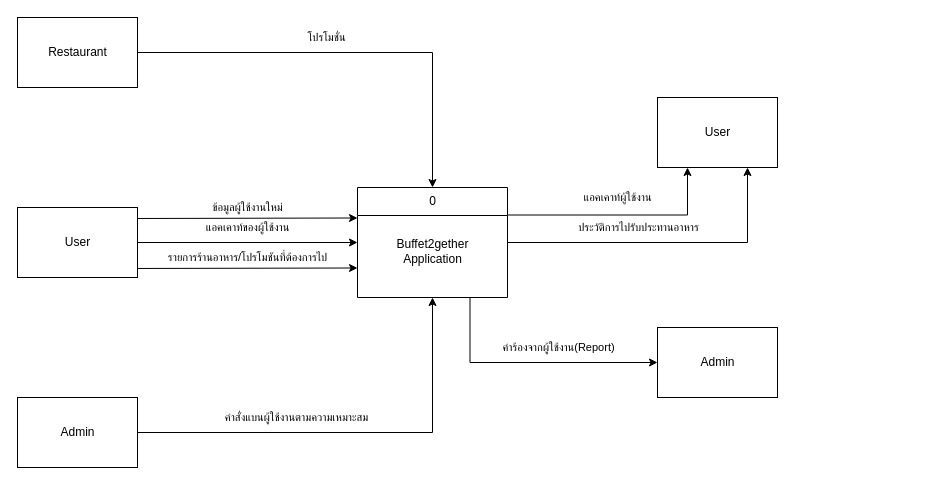
The draw.io diagram page "Page-1" (1 of 4) of Buffet2gether_Doc/draw.io/dfd.drawio in Buffet2gether/buffet2gether, before the edit. Source tidied: cells renumbered, new cells numbered last; positions are measured from the earlier drawing's top-left corner, leaving out a move shared by most shapes. Both pictures are drawn from the tidied source at 100%, with x=0, y=0 at pixel (17, 17).
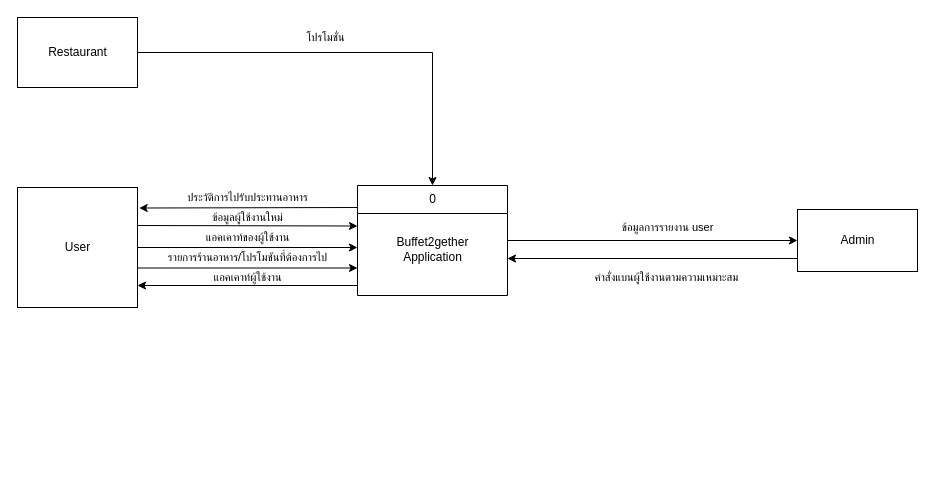
Above is the later version.

Diff of the diagram source:
```diff
@@
 <mxGraphModel>
   <root>
     <mxCell id="0" />
     <mxCell id="1" parent="0" />
-    <mxCell id="2" value="แอคเคาท์ผู้ใช้งาน" style="edgeStyle=orthogonalEdgeStyle;rounded=0;jettySize=auto;html=1;exitX=1;exitY=0.25;exitDx=0;exitDy=0;entryX=0.25;entryY=1;entryDx=0;entryDy=0;" parent="1" edge="1" source="5" target="12">
-      <mxGeometry x="0.74" y="70" relative="1" as="geometry" />
-    </mxCell>
-    <mxCell id="3" value="ประวัติการไปรับประทานอาหาร" style="edgeStyle=orthogonalEdgeStyle;rounded=0;jettySize=auto;html=1;exitX=1;exitY=0.5;exitDx=0;exitDy=0;entryX=0.75;entryY=1;entryDx=0;entryDy=0;" parent="1" edge="1" source="5" target="12">
-      <mxGeometry x="-0.17" y="15" relative="1" as="geometry" />
-    </mxCell>
-    <mxCell id="4" value="คำร้องจากผู้ใช้งาน(Report)" style="edgeStyle=orthogonalEdgeStyle;rounded=0;jettySize=auto;html=1;exitX=0.75;exitY=1;exitDx=0;exitDy=0;entryX=0;entryY=0.5;entryDx=0;entryDy=0;" parent="1" edge="1" source="5" target="13">
-      <mxGeometry x="0.21" y="15" relative="1" as="geometry" />
+    <mxCell id="4" value="ข้อมูลการรายงาน user" style="edgeStyle=orthogonalEdgeStyle;rounded=0;jettySize=auto;html=1;exitX=1;exitY=0.5;exitDx=0;exitDy=0;entryX=0;entryY=0.5;entryDx=0;entryDy=0;" parent="1" edge="1" source="5" target="13">
+      <mxGeometry x="0.1" y="13" relative="1" as="geometry" />
     </mxCell>
     <mxCell id="5" value="0&lt;br&gt;&lt;br&gt;&lt;br&gt;Buffet2gether&lt;br&gt;Application" style="swimlane;fontStyle=0;horizontal=1;startSize=28;fillColor=#ffffff;swimlaneFillColor=#ffffff;html=1;labelPosition=center;verticalLabelPosition=middle;align=center;verticalAlign=top;" parent="1" vertex="1">
-      <mxGeometry x="340" y="170" width="150" height="110" as="geometry" />
+      <mxGeometry x="340" y="168" width="150" height="110" as="geometry" />
     </mxCell>
+    <mxCell id="2" value="แอคเคาท์ผู้ใช้งาน" style="endArrow=classic;html=1;" parent="5" edge="1">
+      <mxGeometry y="-8" relative="1" as="geometry">
+        <mxPoint y="100" as="sourcePoint" />
+        <mxPoint x="-220" y="100" as="targetPoint" />
+      </mxGeometry>
+    </mxCell>
     <mxCell id="6" value="โปรโมชั่น" style="edgeStyle=orthogonalEdgeStyle;rounded=0;jettySize=auto;html=1;exitX=1;exitY=0.5;exitDx=0;exitDy=0;entryX=0.5;entryY=0;entryDx=0;entryDy=0;" parent="1" edge="1" source="7" target="5">
       <mxGeometry x="-0.12" y="15" relative="1" as="geometry" />
     </mxCell>
     <mxCell id="7" value="Restaurant" style="html=1;dashed=0;whitespace=wrap;" parent="1" vertex="1">
       <mxGeometry width="120" height="70" as="geometry" />
     </mxCell>
-    <mxCell id="8" value="แอคเคาท์ของผู้ใช้งาน" style="edgeStyle=orthogonalEdgeStyle;rounded=0;jettySize=auto;html=1;exitX=1;exitY=0.5;exitDx=0;exitDy=0;entryX=0;entryY=0.5;entryDx=0;entryDy=0;" parent="1" edge="1" source="9" target="5">
-      <mxGeometry y="15" relative="1" as="geometry" />
+    <mxCell id="8" value="แอคเคาท์ของผู้ใช้งาน" style="edgeStyle=orthogonalEdgeStyle;rounded=0;jettySize=auto;html=1;exitX=1;exitY=0.5;exitDx=0;exitDy=0;" parent="1" edge="1" source="9">
+      <mxGeometry y="10" relative="1" as="geometry">
+        <mxPoint x="340" y="230" as="targetPoint" />
+        <Array as="points">
+          <mxPoint x="340" y="230" />
+        </Array>
+      </mxGeometry>
     </mxCell>
     <mxCell id="9" value="User" style="html=1;dashed=0;whitespace=wrap;" parent="1" vertex="1">
-      <mxGeometry y="190" width="120" height="70" as="geometry" />
+      <mxGeometry y="170" width="120" height="120" as="geometry" />
     </mxCell>
-    <mxCell id="10" value="คำสั่งแบนผู้ใช้งานตามความเหมาะสม" style="edgeStyle=orthogonalEdgeStyle;rounded=0;jettySize=auto;html=1;exitX=1;exitY=0.5;exitDx=0;exitDy=0;entryX=0.5;entryY=1;entryDx=0;entryDy=0;" parent="1" edge="1" source="11" target="5">
-      <mxGeometry x="-0.26" y="15" relative="1" as="geometry" />
+    <mxCell id="10" value="คำสั่งแบนผู้ใช้งานตามความเหมาะสม" style="edgeStyle=orthogonalEdgeStyle;rounded=0;jettySize=auto;html=1;exitX=0.002;exitY=0.791;exitDx=0;exitDy=0;exitPerimeter=0;" parent="1" edge="1" source="13">
+      <mxGeometry x="-0.1" y="19" relative="1" as="geometry">
+        <mxPoint x="490" y="241" as="targetPoint" />
+      </mxGeometry>
     </mxCell>
-    <mxCell id="11" value="Admin" style="html=1;dashed=0;whitespace=wrap;" parent="1" vertex="1">
-      <mxGeometry y="380" width="120" height="70" as="geometry" />
-    </mxCell>
-    <mxCell id="12" value="User" style="html=1;dashed=0;whitespace=wrap;" parent="1" vertex="1">
-      <mxGeometry x="640" y="80" width="120" height="70" as="geometry" />
-    </mxCell>
     <mxCell id="13" value="Admin" style="html=1;dashed=0;whitespace=wrap;" parent="1" vertex="1">
-      <mxGeometry x="640" y="310" width="120" height="70" as="geometry" />
+      <mxGeometry x="780" y="192" width="120" height="62" as="geometry" />
     </mxCell>
-    <mxCell id="14" value="รายการร้านอาหาร/โปรโมชันที่ต้องการไป" style="endArrow=classic;html=1;exitX=1;exitY=0.871;exitDx=0;exitDy=0;exitPerimeter=0;" parent="1" edge="1" source="9">
+    <mxCell id="14" value="รายการร้านอาหาร/โปรโมชันที่ต้องการไป" style="endArrow=classic;html=1;exitX=1;exitY=0.671;exitDx=0;exitDy=0;exitPerimeter=0;" parent="1" edge="1" source="9">
       <mxGeometry y="11" relative="1" as="geometry">
         <mxPoint x="340" y="250.5" as="targetPoint" />
       </mxGeometry>
     </mxCell>
-    <mxCell id="15" value="ข้อมูลผู้ใช้งานใหม่" style="endArrow=classic;html=1;exitX=1;exitY=0.157;exitDx=0;exitDy=0;exitPerimeter=0;" parent="1" edge="1" source="9">
-      <mxGeometry y="11" relative="1" as="geometry">
-        <mxPoint x="340" y="200.5" as="targetPoint" />
+    <mxCell id="15" value="ข้อมูลผู้ใช้งานใหม่" style="endArrow=classic;html=1;exitX=1;exitY=0.25;exitDx=0;exitDy=0;" parent="1" edge="1">
+      <mxGeometry y="8" relative="1" as="geometry">
+        <mxPoint x="120" y="208" as="sourcePoint" />
+        <mxPoint x="340" y="208.5" as="targetPoint" />
       </mxGeometry>
     </mxCell>
+    <mxCell id="3" value="ประวัติการไปรับประทานอาหาร" style="endArrow=classic;html=1;entryX=1.014;entryY=0.171;entryDx=0;entryDy=0;entryPerimeter=0;" parent="1" edge="1" target="9">
+      <mxGeometry x="0.01" y="-10" relative="1" as="geometry">
+        <mxPoint x="340" y="190" as="sourcePoint" />
+      </mxGeometry>
+    </mxCell>
   </root>
 </mxGraphModel>
```
